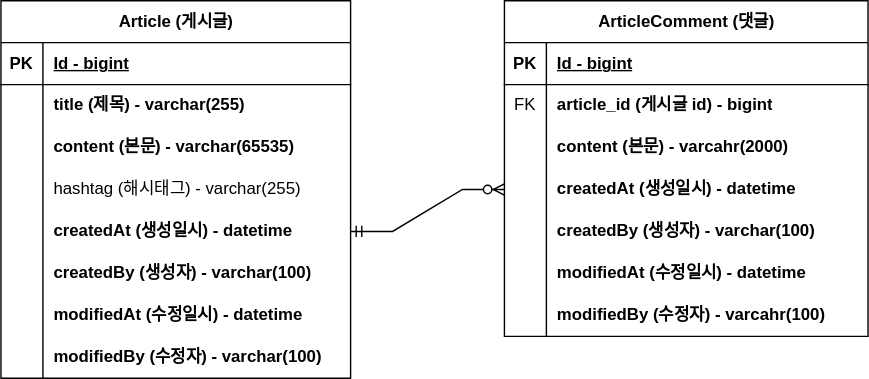
Earlier version of the draw.io export document/project-board-erd.svg (maiload/fastcampus-project-board). Source tidied: cells renumbered, new cells last; positions are measured from the earlier drawing's top-left corner, leaving out a move shared by most shapes.
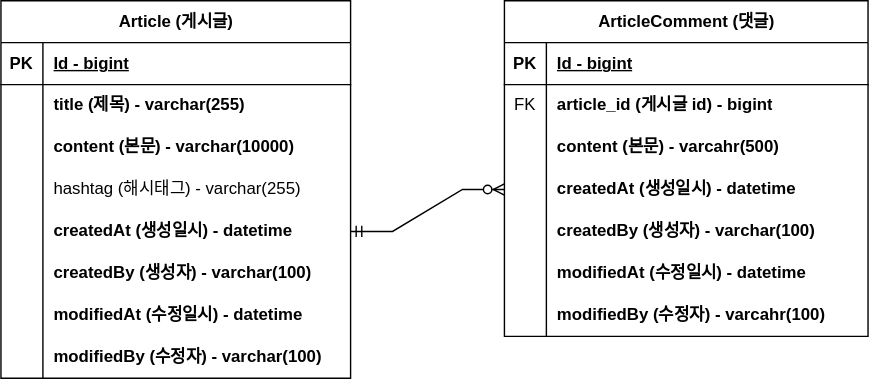
Later version of the same file.

Commit message:
#10 - erd 업데이트: content 사이즈 변경

Change to the diagram source:
```diff
@@ -29,7 +29,7 @@
     <mxCell id="10" style="shape=partialRectangle;fillColor=none;top=0;left=0;bottom=0;right=0;overflow=hidden;whiteSpace=wrap;html=1;" parent="9" vertex="1">
       <mxGeometry width="30" height="30" as="geometry" />
     </mxCell>
-    <mxCell id="11" value="content (본문) - varchar(65535)" style="shape=partialRectangle;fillColor=none;top=0;left=0;bottom=0;right=0;align=left;spacingLeft=6;overflow=hidden;whiteSpace=wrap;html=1;fontStyle=1;" parent="9" vertex="1">
+    <mxCell id="11" value="content (본문) - varchar(10000)" style="shape=partialRectangle;fillColor=none;top=0;left=0;bottom=0;right=0;align=left;spacingLeft=6;overflow=hidden;whiteSpace=wrap;html=1;fontStyle=1;" parent="9" vertex="1">
       <mxGeometry x="30" width="220" height="30" as="geometry" />
     </mxCell>
     <mxCell id="12" style="shape=tableRow;horizontal=0;startSize=0;swimlaneHead=0;swimlaneBody=0;fillColor=none;top=0;left=0;right=0;bottom=0;" parent="2" vertex="1">
@@ -107,7 +107,7 @@
     <mxCell id="36" style="shape=partialRectangle;fillColor=none;top=0;left=0;bottom=0;right=0;overflow=hidden;whiteSpace=wrap;html=1;" parent="35" vertex="1">
       <mxGeometry width="30" height="30" as="geometry" />
     </mxCell>
-    <mxCell id="37" value="content (본문) - varcahr(2000)" style="shape=partialRectangle;fillColor=none;top=0;left=0;bottom=0;right=0;align=left;spacingLeft=6;overflow=hidden;whiteSpace=wrap;html=1;fontStyle=1;" parent="35" vertex="1">
+    <mxCell id="37" value="content (본문) - varcahr(500)" style="shape=partialRectangle;fillColor=none;top=0;left=0;bottom=0;right=0;align=left;spacingLeft=6;overflow=hidden;whiteSpace=wrap;html=1;fontStyle=1;" parent="35" vertex="1">
       <mxGeometry x="30" width="230" height="30" as="geometry" />
     </mxCell>
     <mxCell id="38" style="shape=tableRow;horizontal=0;startSize=0;swimlaneHead=0;swimlaneBody=0;fillColor=none;points=[[0,0.5],[1,0.5]];portConstraint=eastwest;top=0;left=0;right=0;bottom=0;" parent="28" vertex="1">
```
